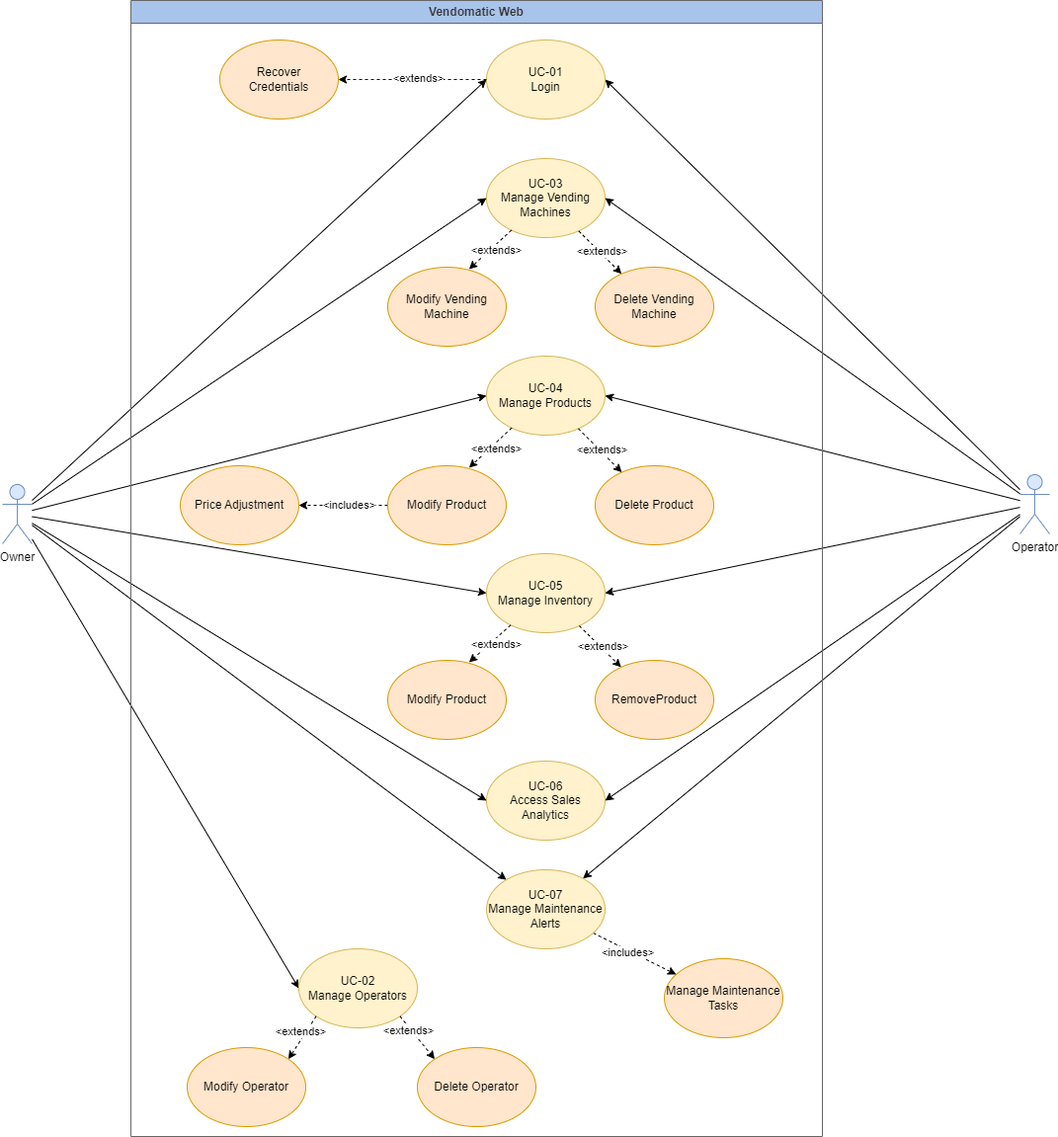
The draw.io diagram docs/Requirements/Assets/Vendomatic-Web.png in tksozer/SM504-CodeBusters, before a commit. Source tidied: cells renumbered, new cells last; positions are measured from the earlier drawing's top-left corner, leaving out a move shared by most shapes.
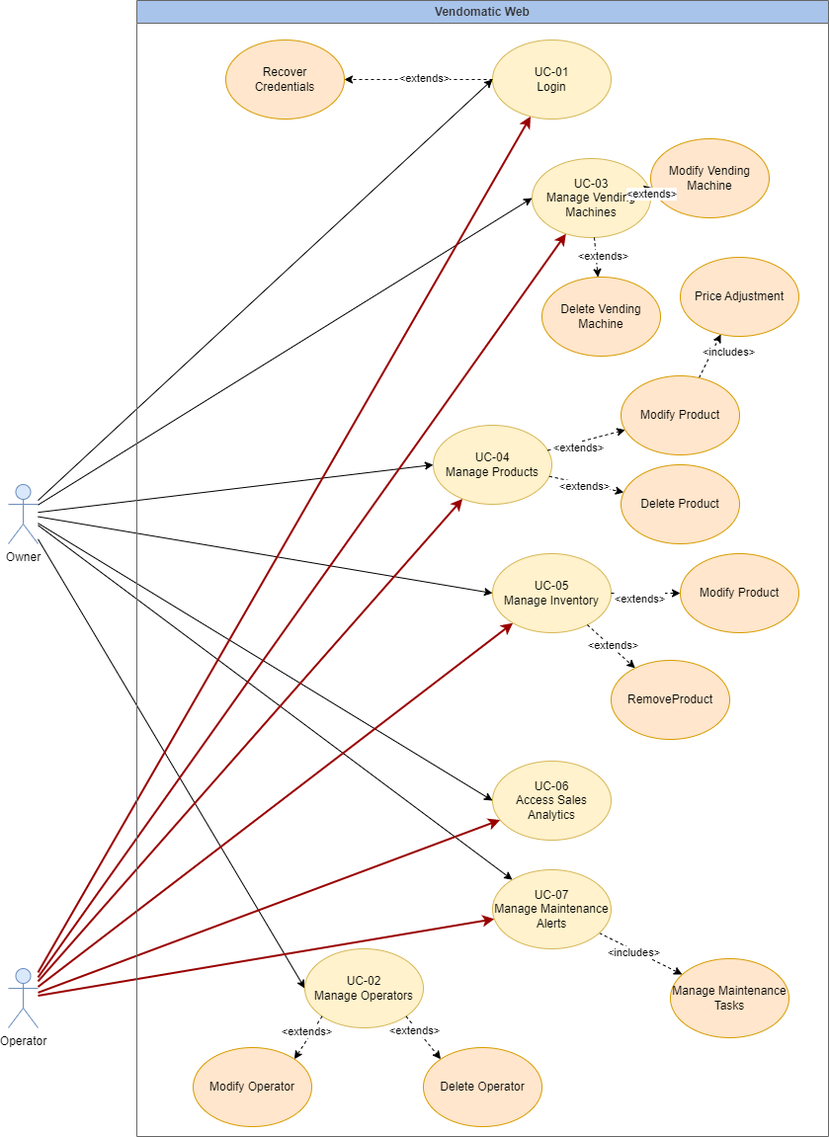
After the commit.

The edit, as a diff of the source:
```diff
@@ -26,26 +26,26 @@
     <mxCell id="9" value="Owner" style="shape=umlActor;verticalLabelPosition=bottom;verticalAlign=top;html=1;outlineConnect=0;fillColor=#dae8fc;strokeColor=#6c8ebf;" parent="1" vertex="1">
       <mxGeometry y="490" width="30" height="60" as="geometry" />
     </mxCell>
-    <mxCell id="10" style="rounded=0;jettySize=auto;html=1;entryX=1;entryY=0.5;entryDx=0;entryDy=0;" parent="1" edge="1" source="16" target="18">
+    <mxCell id="10" style="rounded=0;jettySize=auto;html=1;strokeColor=#990000;strokeWidth=2;" parent="1" edge="1" source="16" target="18">
       <mxGeometry relative="1" as="geometry" />
     </mxCell>
-    <mxCell id="11" style="rounded=0;jettySize=auto;html=1;entryX=1;entryY=0.5;entryDx=0;entryDy=0;" parent="1" edge="1" source="16" target="20">
+    <mxCell id="11" style="rounded=0;jettySize=auto;html=1;strokeColor=#990000;strokeWidth=2;" parent="1" edge="1" source="16" target="20">
       <mxGeometry relative="1" as="geometry" />
     </mxCell>
-    <mxCell id="12" style="rounded=0;jettySize=auto;html=1;entryX=1;entryY=0.5;entryDx=0;entryDy=0;" parent="1" edge="1" source="16" target="23">
+    <mxCell id="12" style="rounded=0;jettySize=auto;html=1;strokeColor=#990000;strokeWidth=2;" parent="1" edge="1" source="16" target="23">
       <mxGeometry relative="1" as="geometry" />
     </mxCell>
-    <mxCell id="13" style="rounded=0;jettySize=auto;html=1;entryX=1;entryY=0.5;entryDx=0;entryDy=0;" parent="1" edge="1" source="16" target="24">
+    <mxCell id="13" style="rounded=0;jettySize=auto;html=1;strokeColor=#990000;strokeWidth=2;" parent="1" edge="1" source="16" target="24">
       <mxGeometry relative="1" as="geometry" />
     </mxCell>
-    <mxCell id="14" style="rounded=0;jettySize=auto;html=1;entryX=1;entryY=0.5;entryDx=0;entryDy=0;" parent="1" edge="1" source="16" target="25">
+    <mxCell id="14" style="rounded=0;jettySize=auto;html=1;strokeColor=#990000;strokeWidth=2;" parent="1" edge="1" source="16" target="25">
       <mxGeometry relative="1" as="geometry" />
     </mxCell>
-    <mxCell id="15" style="rounded=0;jettySize=auto;html=1;" parent="1" edge="1" source="16" target="56">
+    <mxCell id="15" style="rounded=0;jettySize=auto;html=1;strokeColor=#990000;strokeWidth=2;" parent="1" edge="1" source="16" target="56">
       <mxGeometry relative="1" as="geometry" />
     </mxCell>
     <mxCell id="16" value="Operator" style="shape=umlActor;verticalLabelPosition=bottom;verticalAlign=top;html=1;outlineConnect=0;fillColor=#dae8fc;strokeColor=#6c8ebf;" parent="1" vertex="1">
-      <mxGeometry x="1030" y="480" width="30" height="60" as="geometry" />
+      <mxGeometry y="980" width="30" height="60" as="geometry" />
     </mxCell>
     <mxCell id="17" value="Vendomatic Web" style="swimlane;whiteSpace=wrap;html=1;fillColor=#A9C4EB;fontColor=#333333;strokeColor=#666666;" parent="1" vertex="1">
       <mxGeometry x="130" width="700" height="1150" as="geometry" />
@@ -57,7 +57,7 @@
       <mxGeometry x="170" y="960" width="120" height="80" as="geometry" />
     </mxCell>
     <mxCell id="20" value="UC-03&lt;br&gt;Manage Vending Machines" style="ellipse;whiteSpace=wrap;html=1;fillColor=#fff2cc;strokeColor=#d6b656;" parent="17" vertex="1">
-      <mxGeometry x="360" y="160" width="120" height="80" as="geometry" />
+      <mxGeometry x="400" y="160" width="120" height="80" as="geometry" />
     </mxCell>
     <mxCell id="21" style="rounded=0;jettySize=auto;html=1;dashed=1;" parent="17" edge="1" source="42" target="26">
       <mxGeometry relative="1" as="geometry" />
@@ -68,7 +68,7 @@
       </mxGeometry>
     </mxCell>
     <mxCell id="23" value="UC-04&lt;br&gt;Manage Products" style="ellipse;whiteSpace=wrap;html=1;fillColor=#fff2cc;strokeColor=#d6b656;" parent="17" vertex="1">
-      <mxGeometry x="360" y="360" width="120" height="80" as="geometry" />
+      <mxGeometry x="300" y="430" width="120" height="80" as="geometry" />
     </mxCell>
     <mxCell id="24" value="UC-05&lt;br&gt;Manage Inventory" style="ellipse;whiteSpace=wrap;html=1;fillColor=#fff2cc;strokeColor=#d6b656;" parent="17" vertex="1">
       <mxGeometry x="360" y="560" width="120" height="80" as="geometry" />
@@ -77,7 +77,7 @@
       <mxGeometry x="360" y="770" width="120" height="80" as="geometry" />
     </mxCell>
     <mxCell id="26" value="Price Adjustment" style="ellipse;whiteSpace=wrap;html=1;fillColor=#ffe6cc;strokeColor=#d79b00;" parent="17" vertex="1">
-      <mxGeometry x="50" y="471" width="120" height="80" as="geometry" />
+      <mxGeometry x="550" y="260" width="120" height="80" as="geometry" />
     </mxCell>
     <mxCell id="27" value="Recover &lt;br&gt;Credentials" style="ellipse;whiteSpace=wrap;html=1;fillColor=#ffe6cc;strokeColor=#d79b00;" parent="17" vertex="1">
       <mxGeometry x="90" y="40" width="120" height="80" as="geometry" />
@@ -113,12 +113,12 @@
       </mxGeometry>
     </mxCell>
     <mxCell id="36" value="Modify Vending Machine" style="ellipse;whiteSpace=wrap;html=1;fillColor=#ffe6cc;strokeColor=#d79b00;" parent="17" vertex="1">
-      <mxGeometry x="260" y="270" width="120" height="80" as="geometry" />
+      <mxGeometry x="520" y="140" width="120" height="80" as="geometry" />
     </mxCell>
     <mxCell id="37" value="Delete Vending Machine" style="ellipse;whiteSpace=wrap;html=1;fillColor=#ffe6cc;strokeColor=#d79b00;" parent="17" vertex="1">
-      <mxGeometry x="470" y="270" width="120" height="80" as="geometry" />
+      <mxGeometry x="410" y="280" width="120" height="80" as="geometry" />
     </mxCell>
-    <mxCell id="38" style="rounded=0;jettySize=auto;html=1;dashed=1;entryX=0.686;entryY=0.025;entryDx=0;entryDy=0;entryPerimeter=0;" parent="17" edge="1" source="20" target="36">
+    <mxCell id="38" style="rounded=0;jettySize=auto;html=1;dashed=1;" parent="17" edge="1" source="20" target="36">
       <mxGeometry relative="1" as="geometry" />
     </mxCell>
     <mxCell id="39" value="&amp;lt;extends&amp;gt;" style="edgeLabel;html=1;align=center;verticalAlign=middle;" parent="38" vertex="1">
@@ -135,12 +135,12 @@
       </mxGeometry>
     </mxCell>
     <mxCell id="42" value="Modify Product" style="ellipse;whiteSpace=wrap;html=1;fillColor=#ffe6cc;strokeColor=#d79b00;" parent="17" vertex="1">
-      <mxGeometry x="260" y="471" width="120" height="80" as="geometry" />
+      <mxGeometry x="490" y="380" width="120" height="80" as="geometry" />
     </mxCell>
     <mxCell id="43" value="Delete Product" style="ellipse;whiteSpace=wrap;html=1;fillColor=#ffe6cc;strokeColor=#d79b00;" parent="17" vertex="1">
-      <mxGeometry x="470" y="471" width="120" height="80" as="geometry" />
+      <mxGeometry x="490" y="470" width="120" height="80" as="geometry" />
     </mxCell>
-    <mxCell id="44" style="rounded=0;jettySize=auto;html=1;dashed=1;entryX=0.686;entryY=0.025;entryDx=0;entryDy=0;entryPerimeter=0;" parent="17" edge="1" source="23" target="42">
+    <mxCell id="44" style="rounded=0;jettySize=auto;html=1;dashed=1;" parent="17" edge="1" source="23" target="42">
       <mxGeometry relative="1" as="geometry" />
     </mxCell>
     <mxCell id="45" value="&amp;lt;extends&amp;gt;" style="edgeLabel;html=1;align=center;verticalAlign=middle;" parent="44" vertex="1">
@@ -157,12 +157,12 @@
       </mxGeometry>
     </mxCell>
     <mxCell id="48" value="Modify Product" style="ellipse;whiteSpace=wrap;html=1;fillColor=#ffe6cc;strokeColor=#d79b00;" parent="17" vertex="1">
-      <mxGeometry x="260" y="668" width="120" height="80" as="geometry" />
+      <mxGeometry x="550" y="560" width="120" height="80" as="geometry" />
     </mxCell>
     <mxCell id="49" value="RemoveProduct" style="ellipse;whiteSpace=wrap;html=1;fillColor=#ffe6cc;strokeColor=#d79b00;" parent="17" vertex="1">
-      <mxGeometry x="470" y="668" width="120" height="80" as="geometry" />
+      <mxGeometry x="480" y="668" width="120" height="80" as="geometry" />
     </mxCell>
-    <mxCell id="50" style="rounded=0;jettySize=auto;html=1;dashed=1;entryX=0.686;entryY=0.025;entryDx=0;entryDy=0;entryPerimeter=0;" parent="17" edge="1" source="24" target="48">
+    <mxCell id="50" style="rounded=0;jettySize=auto;html=1;dashed=1;" parent="17" edge="1" source="24" target="48">
       <mxGeometry relative="1" as="geometry" />
     </mxCell>
     <mxCell id="51" value="&amp;lt;extends&amp;gt;" style="edgeLabel;html=1;align=center;verticalAlign=middle;" parent="50" vertex="1">
```
